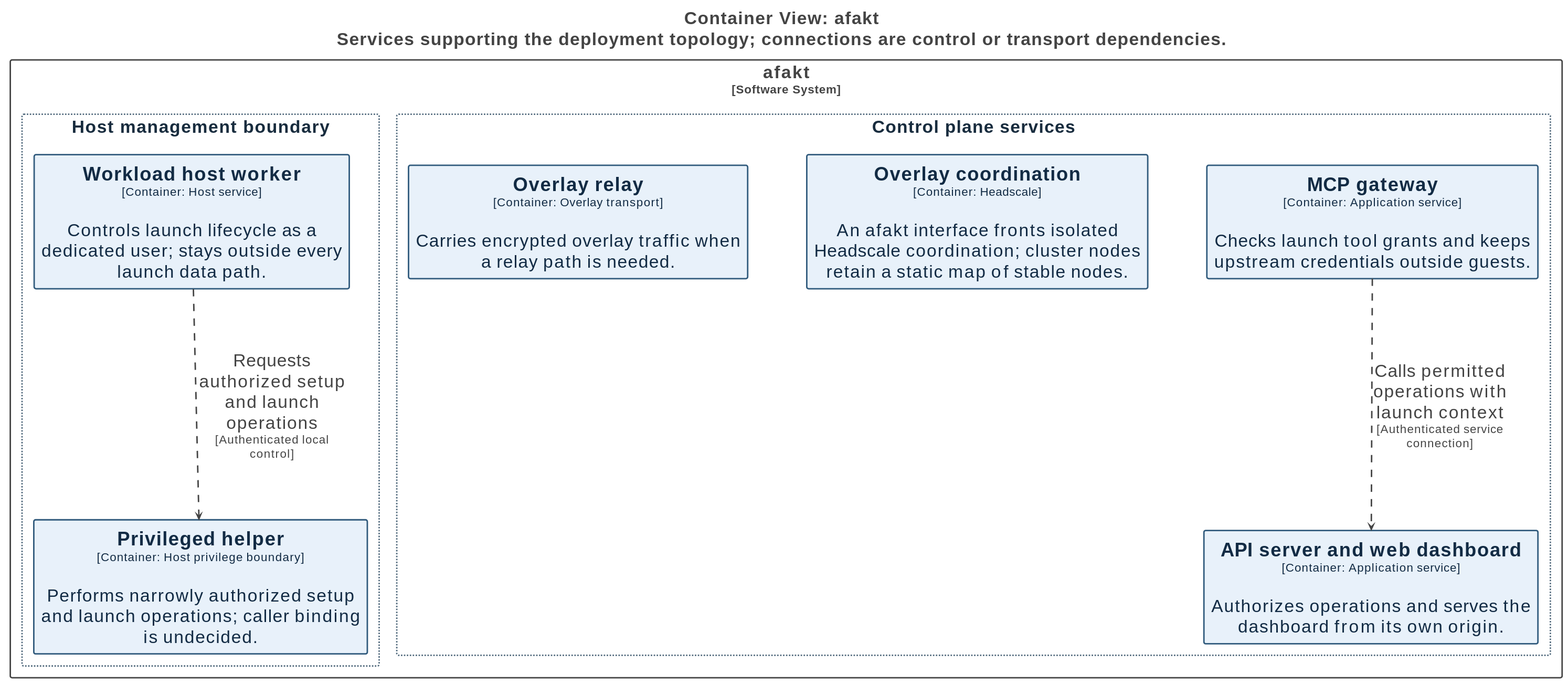
The PlantUML diagram docs/diagrams/structurizr-network-service-boundaries.svg in tbhb-dev/afakt, before a commit. Its source is kept beside it as docs/diagrams/structurizr-network-service-boundaries.puml.
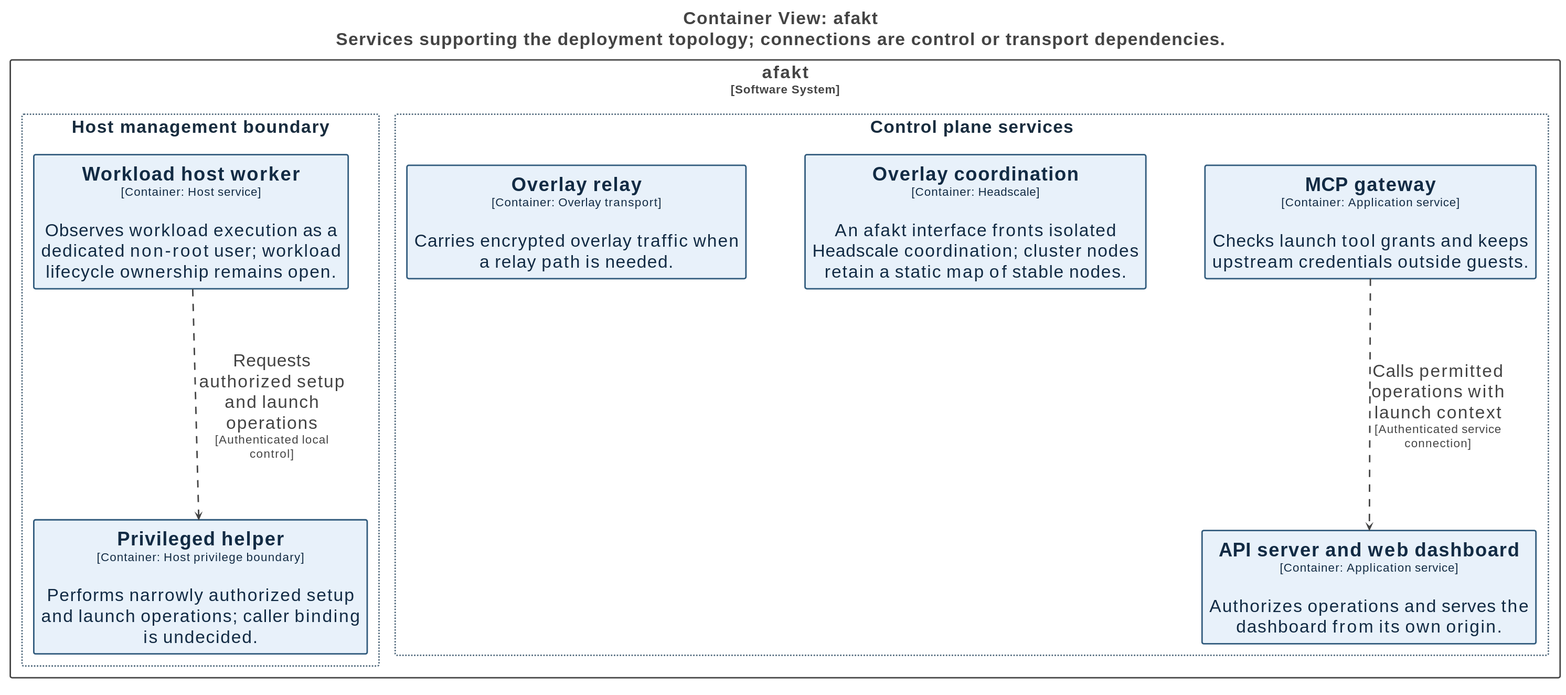
Above is the later version.

Change to the diagram source:
```diff
@@ -82,7 +82,7 @@
   }
 
   rectangle "Host management boundary" <<Group-SG9zdCBtYW5hZ2VtZW50IGJvdW5kYXJ5>> as group2 {
-    rectangle "==Workload host worker\n<size:16>[Container: Host service]</size>\n\nControls launch lifecycle as a dedicated user; stays outside every launch data path." <<Element-RWxlbWVudCxUb3BvbG9neQ==>> as afakt.Workloadhostworker
+    rectangle "==Workload host worker\n<size:16>[Container: Host service]</size>\n\nObserves workload execution as a dedicated non-root user; workload lifecycle ownership remains open." <<Element-RWxlbWVudCxUb3BvbG9neQ==>> as afakt.Workloadhostworker
     rectangle "==Privileged helper\n<size:16>[Container: Host privilege boundary]</size>\n\nPerforms narrowly authorized setup and launch operations; caller binding is undecided." <<Element-RWxlbWVudCxUb3BvbG9neQ==>> as afakt.Privilegedhelper
   }
 
```
